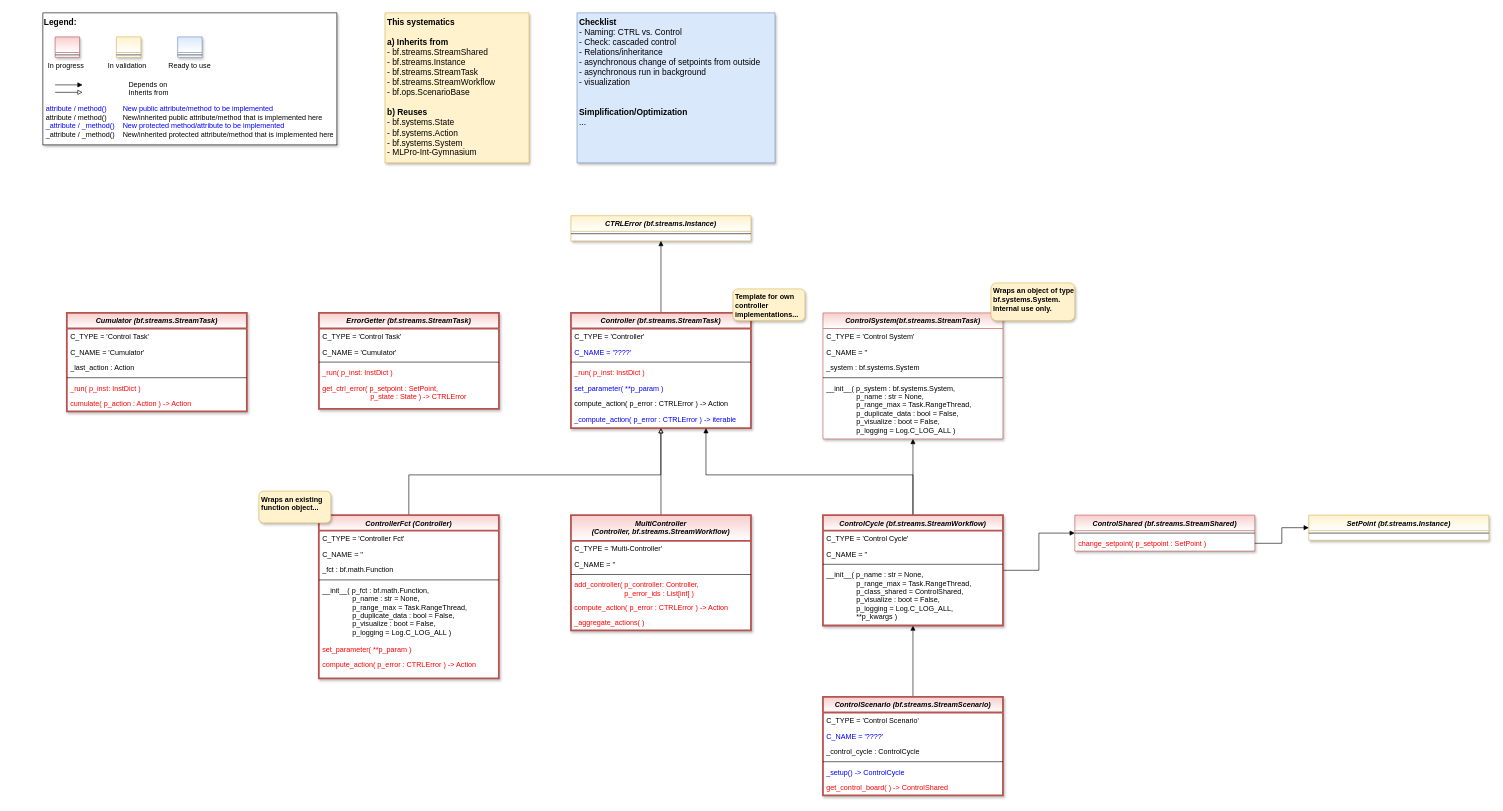
This is doc/rtd/content/99_appendices/appendix2/sub/core/mlpro_bf/layer3_application_support/images/MLPro-BF-Control_class_diagram.drawio from fhswf/MLPro, a draw.io file, before an edit. Source tidied: cells renumbered, new cells numbered last; positions are measured from the earlier drawing's top-left corner, leaving out a move shared by most shapes. Both pictures are drawn from the tidied source at 60%, with x=0, y=0 at pixel (43, 13).
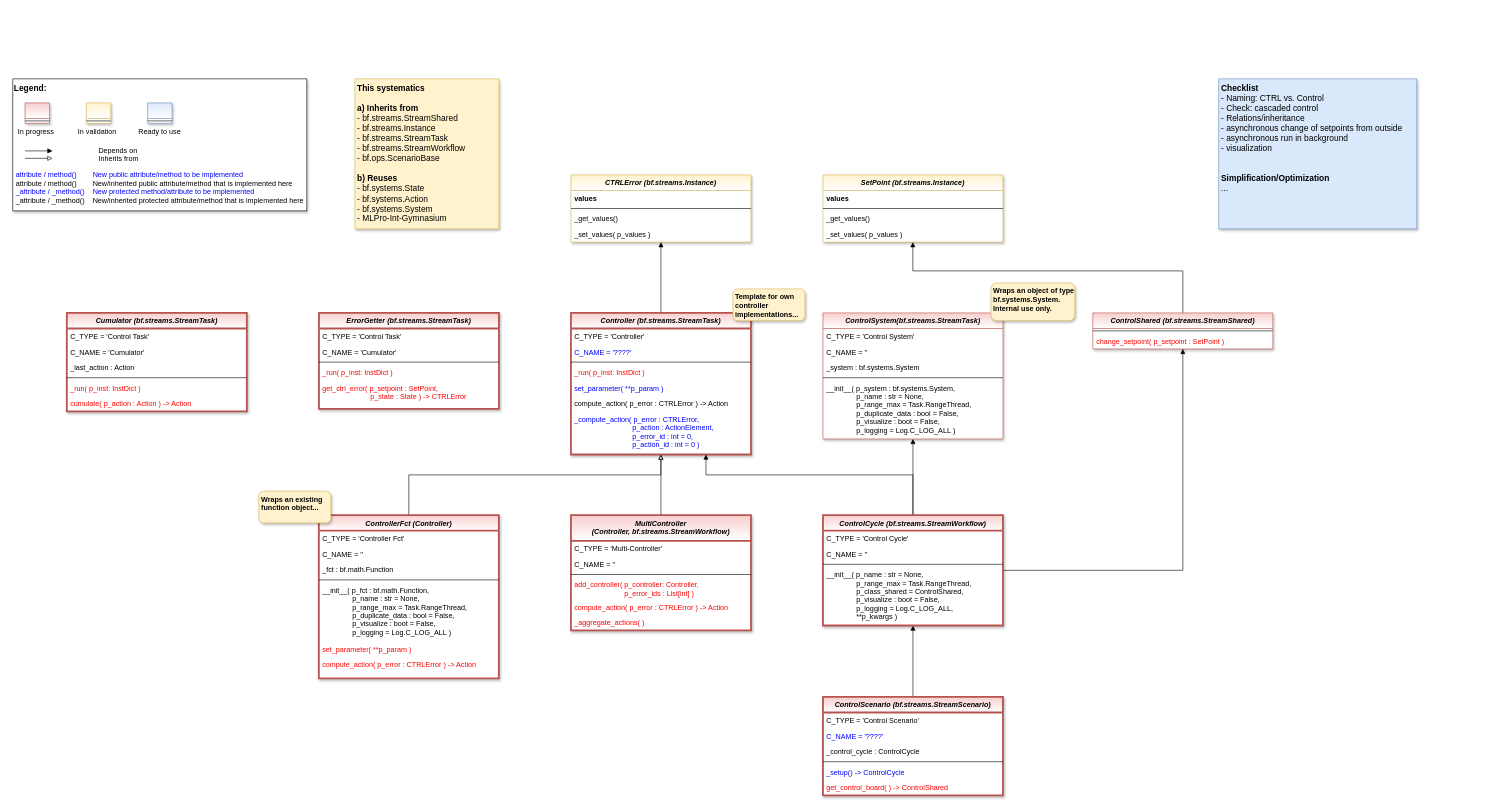
After the change.

Commit message (it also covers changes not shown here):
BF: Basics of closed-loop control #1046

The change refers to these unchanged cells:
```xml
<mxCell id="6" value="change_setpoint( p_setpoint : SetPoint )" style="text;align=left;verticalAlign=top;spacingLeft=4;spacingRight=4;overflow=hidden;points=[[0,0.5],[1,0.5]];portConstraint=eastwest;fontColor=#FF0000;" parent="4" vertex="1">
  <mxGeometry y="34" width="300" height="26" as="geometry" />
</mxCell>
```

Diff of the diagram source:
```diff
@@
     <mxCell id="2" value="CTRLError (bf.streams.Instance)" style="swimlane;fontStyle=3;align=center;verticalAlign=top;horizontal=1;startSize=26;rounded=0;shadow=1;strokeWidth=1;fillColor=#fff2cc;strokeColor=#d6b656;swimlaneFillColor=#ffffff;gradientColor=#FFFFFF;" parent="1" vertex="1">
-      <mxGeometry x="880.1" y="338" width="300" height="42" as="geometry" />
+      <mxGeometry x="880.1" y="270" width="300" height="112" as="geometry" />
     </mxCell>
+    <mxCell id="85" value="values" style="text;align=left;verticalAlign=top;spacingLeft=4;spacingRight=4;overflow=hidden;fontColor=default;fontStyle=1;" parent="2" vertex="1">
+      <mxGeometry y="26" width="300" height="26" as="geometry" />
+    </mxCell>
     <mxCell id="3" style="line;html=1;strokeWidth=1;align=left;verticalAlign=middle;spacingTop=-1;spacingLeft=3;spacingRight=3;labelPosition=right;" parent="2" vertex="1">
-      <mxGeometry y="26" width="300" height="8" as="geometry" />
+      <mxGeometry y="52" width="300" height="8" as="geometry" />
     </mxCell>
+    <mxCell id="86" value="_get_values()" style="text;align=left;verticalAlign=top;spacingLeft=4;spacingRight=4;overflow=hidden;fontColor=default;" parent="2" vertex="1">
+      <mxGeometry y="60" width="300" height="26" as="geometry" />
+    </mxCell>
+    <mxCell id="87" value="_set_values( p_values )" style="text;align=left;verticalAlign=top;spacingLeft=4;spacingRight=4;overflow=hidden;fontColor=default;" parent="2" vertex="1">
+      <mxGeometry y="86" width="300" height="26" as="geometry" />
+    </mxCell>
+    <mxCell id="88" style="edgeStyle=orthogonalEdgeStyle;rounded=0;jettySize=auto;html=1;endArrow=block;endFill=1;" parent="1" edge="1" source="4" target="53">
+      <mxGeometry relative="1" as="geometry">
+        <Array as="points">
+          <mxPoint x="1899.9" y="430" />
+          <mxPoint x="1449.9" y="430" />
+        </Array>
+      </mxGeometry>
+    </mxCell>
     <mxCell id="4" value="ControlShared (bf.streams.StreamShared)" style="swimlane;fontStyle=3;align=center;verticalAlign=top;horizontal=1;startSize=26;rounded=0;shadow=1;strokeWidth=1;fillColor=#f8cecc;strokeColor=#b85450;swimlaneFillColor=#ffffff;gradientColor=#FFFFFF;" parent="1" vertex="1">
-      <mxGeometry x="1719.9" y="837" width="300" height="60" as="geometry" />
+      <mxGeometry x="1749.9" y="500" width="300" height="60" as="geometry" />
     </mxCell>
@@
     <mxCell id="38" value="Controller (bf.streams.StreamTask)" style="swimlane;fontStyle=3;align=center;verticalAlign=top;horizontal=1;startSize=26;rounded=0;shadow=1;strokeWidth=3;fillColor=#f8cecc;strokeColor=#b85450;swimlaneFillColor=#ffffff;gradientColor=#FFFFFF;" parent="1" vertex="1">
-      <mxGeometry x="880.1" y="500" width="300" height="192" as="geometry" />
+      <mxGeometry x="880.1" y="500" width="300" height="236" as="geometry" />
     </mxCell>
@@
-    <mxCell id="45" value="_compute_action( p_error : CTRLError ) -&gt; iterable" style="text;align=left;verticalAlign=top;spacingLeft=4;spacingRight=4;overflow=hidden;fontColor=#0000FF;" parent="38" vertex="1">
-      <mxGeometry y="164" width="300" height="26" as="geometry" />
+    <mxCell id="45" value="_compute_action( p_error : CTRLError, &#10;                             p_action : ActionElement,&#10;                             p_error_id : int = 0,&#10;                             p_action_id : int = 0 )" style="text;align=left;verticalAlign=top;spacingLeft=4;spacingRight=4;overflow=hidden;fontColor=#0000FF;" parent="38" vertex="1">
+      <mxGeometry y="164" width="300" height="72" as="geometry" />
     </mxCell>
@@
     <mxCell id="53" value="SetPoint (bf.streams.Instance)" style="swimlane;fontStyle=3;align=center;verticalAlign=top;horizontal=1;startSize=26;rounded=0;shadow=1;strokeWidth=1;fillColor=#fff2cc;strokeColor=#d6b656;swimlaneFillColor=#ffffff;gradientColor=#FFFFFF;" parent="1" vertex="1">
-      <mxGeometry x="2109.9" y="837" width="300" height="42" as="geometry" />
+      <mxGeometry x="1300.1" y="270" width="300" height="112" as="geometry" />
     </mxCell>
+    <mxCell id="89" value="values" style="text;align=left;verticalAlign=top;spacingLeft=4;spacingRight=4;overflow=hidden;fontColor=default;fontStyle=1;" parent="53" vertex="1">
+      <mxGeometry y="26" width="300" height="26" as="geometry" />
+    </mxCell>
     <mxCell id="54" style="line;html=1;strokeWidth=1;align=left;verticalAlign=middle;spacingTop=-1;spacingLeft=3;spacingRight=3;labelPosition=right;" parent="53" vertex="1">
-      <mxGeometry y="26" width="300" height="8" as="geometry" />
+      <mxGeometry y="52" width="300" height="8" as="geometry" />
     </mxCell>
+    <mxCell id="90" value="_get_values()" style="text;align=left;verticalAlign=top;spacingLeft=4;spacingRight=4;overflow=hidden;fontColor=default;" parent="53" vertex="1">
+      <mxGeometry y="60" width="300" height="26" as="geometry" />
+    </mxCell>
+    <mxCell id="91" value="_set_values( p_values )" style="text;align=left;verticalAlign=top;spacingLeft=4;spacingRight=4;overflow=hidden;fontColor=default;" parent="53" vertex="1">
+      <mxGeometry y="86" width="300" height="26" as="geometry" />
+    </mxCell>
@@
     <mxCell id="56" value="&lt;font color=&quot;#000000&quot; size=&quot;1&quot;&gt;&lt;b style=&quot;font-size: 14px&quot;&gt;Legend:&lt;br&gt;&lt;/b&gt;&lt;/font&gt;&lt;br&gt;&lt;br&gt;&lt;br&gt;&lt;font color=&quot;#0000ff&quot; style=&quot;font-size: 6px&quot;&gt;&lt;br&gt;&lt;/font&gt;&lt;span style=&quot;color: rgb(0 , 0 , 0)&quot;&gt;&lt;font style=&quot;font-size: 4px&quot;&gt;&amp;nbsp; &amp;nbsp;&lt;/font&gt;&amp;nbsp;In progress&amp;nbsp; &amp;nbsp; &amp;nbsp; &amp;nbsp; &amp;nbsp; &amp;nbsp; In validation&amp;nbsp; &amp;nbsp; &amp;nbsp; &amp;nbsp; &amp;nbsp; &amp;nbsp;Ready to use&lt;/span&gt;&lt;font color=&quot;#000000&quot;&gt;&amp;nbsp;&lt;br&gt;&lt;/font&gt;&lt;font color=&quot;#0000ff&quot;&gt;&lt;br&gt;&lt;br&gt;&lt;br&gt;&lt;br&gt;&amp;nbsp;attribute / method()&amp;nbsp; &amp;nbsp; &amp;nbsp; &amp;nbsp; New public attribute/method to be implemented&lt;/font&gt;&lt;br&gt;&lt;font color=&quot;#000000&quot;&gt;&amp;nbsp;&lt;/font&gt;&lt;font color=&quot;#000000&quot;&gt;attribute / method()&lt;span&gt; &lt;/span&gt;&amp;nbsp; &amp;nbsp; &amp;nbsp; &amp;nbsp;New/inherited public attribute/method that is implemented here&lt;br&gt;&lt;/font&gt;&lt;font color=&quot;#0000ff&quot;&gt;&amp;nbsp;_attribute /&amp;nbsp;&lt;/font&gt;&lt;font color=&quot;#0000ff&quot;&gt;_method()&amp;nbsp; &amp;nbsp; New protected method/attribute to be implemented&lt;/font&gt;&lt;br&gt;&lt;font color=&quot;#000000&quot;&gt;&amp;nbsp;_attribute / _method()&amp;nbsp; &amp;nbsp; New/inherited protected attribute/method that is implemented here&lt;br&gt;&lt;/font&gt;&lt;font color=&quot;#000000&quot;&gt;&lt;br&gt;&lt;br&gt;&lt;br&gt;&lt;br&gt;&lt;br&gt;&lt;/font&gt;" style="text;html=1;align=left;verticalAlign=top;whiteSpace=wrap;rounded=0;fontColor=#006600;strokeColor=#000000;shadow=1;fillColor=#ffffff;" parent="1" vertex="1">
-      <mxGeometry width="490" height="220" as="geometry" />
+      <mxGeometry x="-50.1" y="110" width="490" height="220" as="geometry" />
     </mxCell>
     <mxCell id="57" value="Depends on" style="endArrow=block;html=1;labelPosition=right;verticalLabelPosition=middle;align=left;verticalAlign=middle;endFill=1;fontSize=12;" parent="1" edge="1">
       <mxGeometry x="-1572.9" y="-2140" as="geometry">
-        <mxPoint x="20.4" y="120" as="sourcePoint" />
-        <mxPoint x="66.2" y="120" as="targetPoint" />
+        <mxPoint x="-29.7" y="230" as="sourcePoint" />
+        <mxPoint x="16.1" y="230" as="targetPoint" />
         <Array as="points">
-          <mxPoint x="40.8" y="120" />
+          <mxPoint x="-9.3" y="230" />
         </Array>
         <mxPoint x="98" as="offset" />
       </mxGeometry>
     </mxCell>
     <mxCell id="58" value="Inherits from" style="endArrow=block;html=1;labelPosition=right;verticalLabelPosition=middle;align=left;verticalAlign=middle;endFill=0;fontSize=12;" parent="1" edge="1">
       <mxGeometry x="-1572.9" y="-2140" as="geometry">
-        <mxPoint x="20.4" y="132.4" as="sourcePoint" />
-        <mxPoint x="66.2" y="132.4" as="targetPoint" />
+        <mxPoint x="-29.7" y="242.4" as="sourcePoint" />
+        <mxPoint x="16.1" y="242.4" as="targetPoint" />
         <mxPoint x="98" y="1" as="offset" />
       </mxGeometry>
     </mxCell>
     <mxCell id="59" style="swimlane;fontStyle=3;align=center;verticalAlign=top;horizontal=1;startSize=26;rounded=0;shadow=1;strokeWidth=1;fillColor=#f8cecc;strokeColor=#b85450;gradientColor=#ffffff;swimlaneFillColor=#ffffff;" parent="1" vertex="1">
-      <mxGeometry x="20.4" y="40" width="40.8" height="34" as="geometry" />
+      <mxGeometry x="-29.7" y="150" width="40.8" height="34" as="geometry" />
     </mxCell>
@@
     <mxCell id="61" style="swimlane;fontStyle=3;align=center;verticalAlign=top;horizontal=1;startSize=26;rounded=0;shadow=1;strokeWidth=1;fillColor=#fff2cc;strokeColor=#d6b656;gradientColor=#ffffff;swimlaneFillColor=#ffffff;" parent="1" vertex="1">
-      <mxGeometry x="122.5" y="40" width="40.8" height="34" as="geometry" />
+      <mxGeometry x="72.4" y="150" width="40.8" height="34" as="geometry" />
     </mxCell>
@@
     <mxCell id="63" style="swimlane;fontStyle=3;align=center;verticalAlign=top;horizontal=1;startSize=26;rounded=0;shadow=1;strokeWidth=1;fillColor=#dae8fc;strokeColor=#6c8ebf;gradientColor=#ffffff;swimlaneFillColor=#ffffff;" parent="1" vertex="1">
-      <mxGeometry x="224.6" y="40" width="40.8" height="34" as="geometry" />
+      <mxGeometry x="174.5" y="150" width="40.8" height="34" as="geometry" />
     </mxCell>
@@
     <mxCell id="65" value="&lt;span style=&quot;border-color: var(--border-color); font-size: 14px;&quot;&gt;&lt;b style=&quot;font-size: 14px;&quot;&gt;This systematics&amp;nbsp;&lt;/b&gt;&lt;br style=&quot;font-size: 14px;&quot;&gt;&lt;br style=&quot;font-size: 14px;&quot;&gt;&lt;b style=&quot;font-size: 14px;&quot;&gt;a) Inherits from&lt;br style=&quot;font-size: 14px;&quot;&gt;&lt;/b&gt;- bf.streams.StreamShared&lt;br style=&quot;font-size: 14px;&quot;&gt;- bf.streams.Instance&lt;br style=&quot;font-size: 14px;&quot;&gt;- bf.streams.StreamTask&lt;br style=&quot;font-size: 14px;&quot;&gt;- bf.streams.StreamWorkflow&lt;br style=&quot;font-size: 14px;&quot;&gt;- bf.ops.ScenarioBase&lt;br&gt;&lt;br style=&quot;font-size: 14px;&quot;&gt;&lt;b style=&quot;font-size: 14px;&quot;&gt;b) Reuses&lt;/b&gt;&lt;br style=&quot;font-size: 14px;&quot;&gt;- bf.systems.State&lt;br style=&quot;font-size: 14px;&quot;&gt;- bf.systems.Action&lt;br style=&quot;font-size: 14px;&quot;&gt;- bf.systems.System&lt;br&gt;- MLPro-Int-Gymnasium&lt;br style=&quot;font-size: 14px;&quot;&gt;&lt;/span&gt;" style="rounded=0;whiteSpace=wrap;html=1;align=left;spacingLeft=2;verticalAlign=top;fillColor=#fff2cc;strokeColor=#d6b656;gradientColor=none;shadow=1;fontSize=14;" parent="1" vertex="1">
-      <mxGeometry x="570.2" width="240" height="250" as="geometry" />
+      <mxGeometry x="520.1" y="110" width="240" height="250" as="geometry" />
     </mxCell>
     <mxCell id="66" value="&lt;span style=&quot;border-color: var(--border-color); font-size: 14px;&quot;&gt;&lt;b&gt;Checklist&lt;br&gt;&lt;/b&gt;- Naming: CTRL vs. Control&lt;br&gt;- Check: cascaded control&lt;br&gt;- Relations/inheritance&lt;br&gt;- asynchronous change of setpoints from outside&lt;br&gt;- asynchronous run in background&lt;br&gt;- visualization&lt;br&gt;&lt;br&gt;&lt;br&gt;&lt;b&gt;Simplification/Optimization&lt;/b&gt;&lt;br&gt;...&lt;br style=&quot;font-size: 14px;&quot;&gt;&lt;/span&gt;" style="rounded=0;whiteSpace=wrap;html=1;align=left;spacingLeft=2;verticalAlign=top;fillColor=#dae8fc;strokeColor=#6c8ebf;shadow=1;fontSize=14;" parent="1" vertex="1">
-      <mxGeometry x="890.2" width="330" height="250" as="geometry" />
+      <mxGeometry x="1959.9" y="110" width="330" height="250" as="geometry" />
     </mxCell>
-    <mxCell id="67" style="edgeStyle=orthogonalEdgeStyle;rounded=0;jettySize=auto;html=1;fontColor=#FF0000;endArrow=block;endFill=1;" parent="1" edge="1" source="6" target="53">
-      <mxGeometry relative="1" as="geometry" />
-    </mxCell>
```
